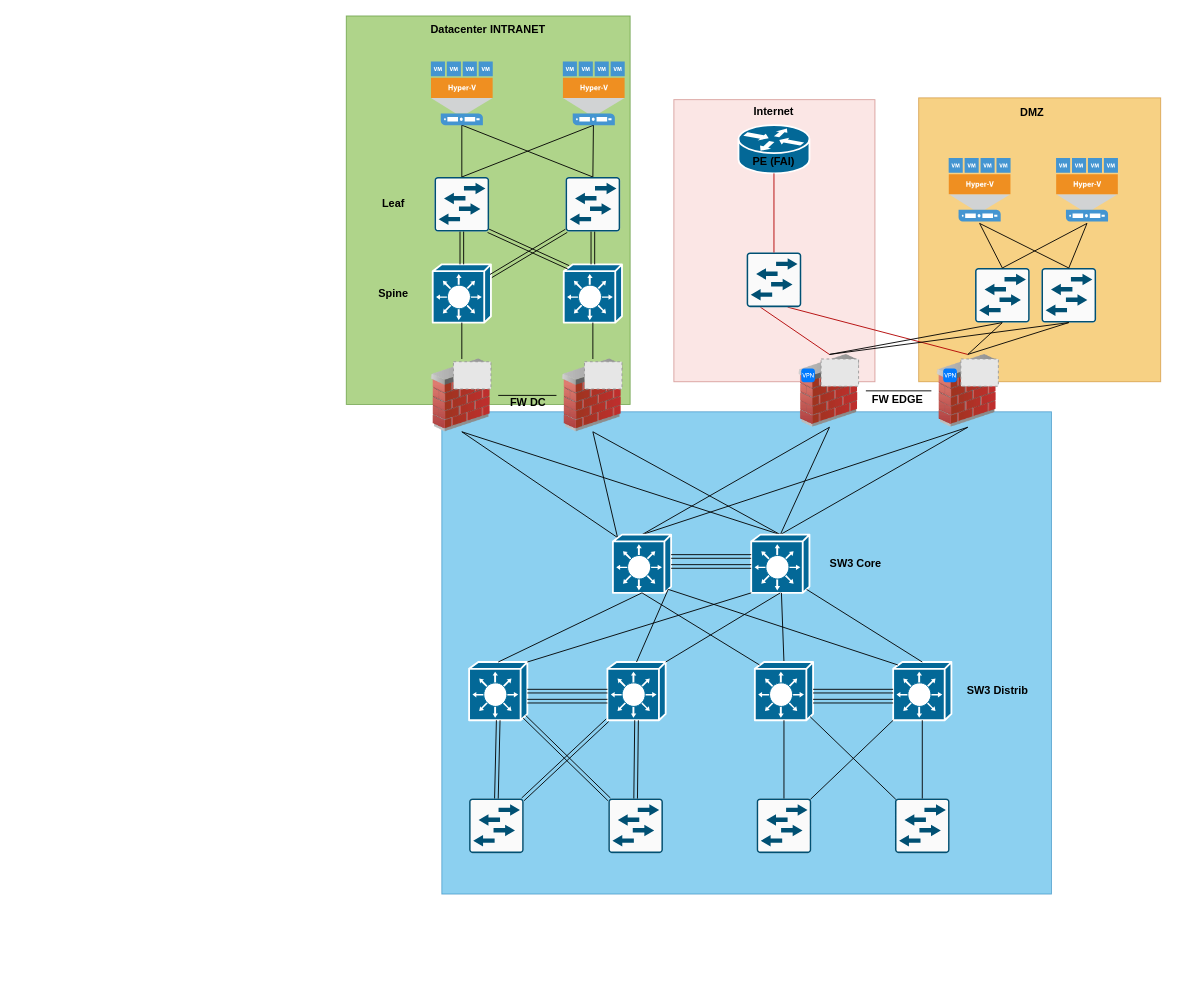
Above: ARCHI.drawio in egoMasa/HomeLab (draw.io), before the change. Source tidied: cells renumbered, new cells numbered last; positions are measured from the earlier drawing's top-left corner, leaving out a move shared by most shapes. Both pictures are drawn from the tidied source at 91%, with x=0, y=0 at pixel (346, 15). Pictures stored in the file or linked from it are replaced by grey dashed boxes.
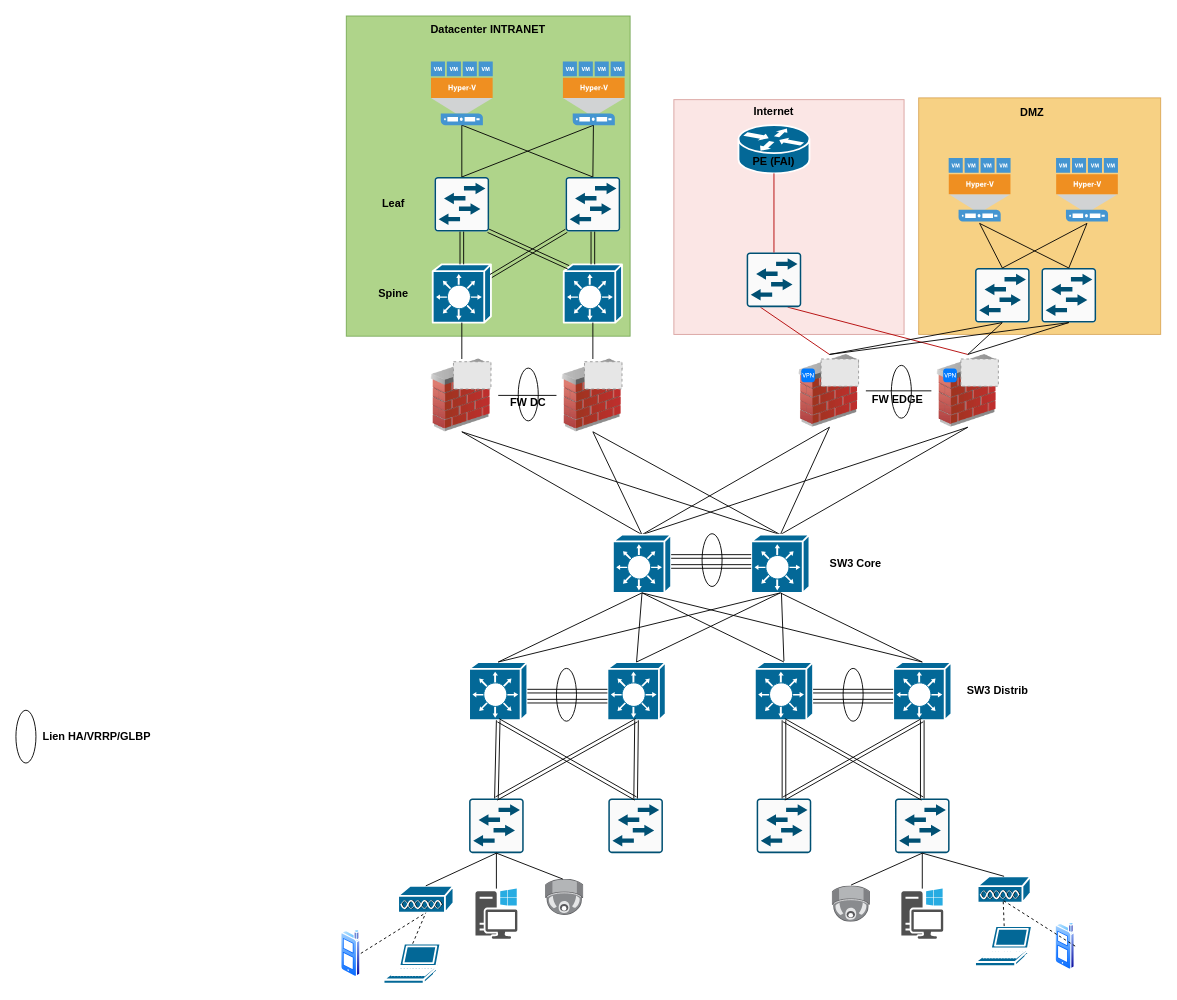
After the change.

Commit message (it also covers changes not shown here):
Mettre à jour ARCHI.drawio

The change refers to these unchanged cells:
```xml
<mxCell id="12" style="shape=mxgraph.cisco.switches.layer_3_switch;sketch=0;html=1;dashed=0;fillColor=#036897;strokeColor=#ffffff;strokeWidth=2;verticalLabelPosition=bottom;verticalAlign=top;align=center;outlineConnect=0;" parent="1" vertex="1">
  <mxGeometry x="293" y="570" width="64" height="64" as="geometry" />
</mxCell>
<mxCell id="17" style="shape=mxgraph.cisco.switches.layer_3_switch;sketch=0;html=1;dashed=0;fillColor=#036897;strokeColor=#ffffff;strokeWidth=2;verticalLabelPosition=bottom;verticalAlign=top;align=center;outlineConnect=0;" parent="1" vertex="1">
  <mxGeometry x="445" y="570" width="64" height="64" as="geometry" />
</mxCell>
<mxCell id="18" style="sketch=0;points=[[0.015,0.015,0],[0.985,0.015,0],[0.985,0.985,0],[0.015,0.985,0],[0.25,0,0],[0.5,0,0],[0.75,0,0],[1,0.25,0],[1,0.5,0],[1,0.75,0],[0.75,1,0],[0.5,1,0],[0.25,1,0],[0,0.75,0],[0,0.5,0],[0,0.25,0]];verticalLabelPosition=bottom;html=1;verticalAlign=top;align=center;shape=mxgraph.cisco19.rect;prIcon=l2_switch;fillColor=#FAFAFA;strokeColor=#005073;" parent="1" vertex="1">
  <mxGeometry x="135" y="860" width="60" height="60" as="geometry" />
</mxCell>
<mxCell id="19" style="sketch=0;points=[[0.015,0.015,0],[0.985,0.015,0],[0.985,0.985,0],[0.015,0.985,0],[0.25,0,0],[0.5,0,0],[0.75,0,0],[1,0.25,0],[1,0.5,0],[1,0.75,0],[0.75,1,0],[0.5,1,0],[0.25,1,0],[0,0.75,0],[0,0.5,0],[0,0.25,0]];verticalLabelPosition=bottom;html=1;verticalAlign=top;align=center;shape=mxgraph.cisco19.rect;prIcon=l2_switch;fillColor=#FAFAFA;strokeColor=#005073;" parent="1" vertex="1">
  <mxGeometry x="288" y="860" width="60" height="60" as="geometry" />
</mxCell>
<mxCell id="25" style="shape=mxgraph.cisco.switches.layer_3_switch;sketch=0;html=1;dashed=0;fillColor=#036897;strokeColor=#ffffff;strokeWidth=2;verticalLabelPosition=bottom;verticalAlign=top;align=center;outlineConnect=0;" parent="1" vertex="1">
  <mxGeometry x="135" y="710" width="64" height="64" as="geometry" />
</mxCell>
<mxCell id="26" style="shape=mxgraph.cisco.switches.layer_3_switch;sketch=0;html=1;dashed=0;fillColor=#036897;strokeColor=#ffffff;strokeWidth=2;verticalLabelPosition=bottom;verticalAlign=top;align=center;outlineConnect=0;" parent="1" vertex="1">
  <mxGeometry x="287" y="710" width="64" height="64" as="geometry" />
</mxCell>
<mxCell id="58" style="image;html=1;image=img/lib/clip_art/networking/Firewall_02_128x128.png;" parent="1" vertex="1">
  <mxGeometry x="87" y="377" width="80" height="80" as="geometry" />
</mxCell>
<mxCell id="60" style="image;html=1;image=img/lib/clip_art/networking/Firewall_02_128x128.png;" parent="1" vertex="1">
  <mxGeometry x="231" y="377" width="80" height="80" as="geometry" />
</mxCell>
<mxCell id="66" style="shape=mxgraph.cisco.switches.layer_3_switch;sketch=0;html=1;dashed=0;fillColor=#036897;strokeColor=#ffffff;strokeWidth=2;verticalLabelPosition=bottom;verticalAlign=top;align=center;outlineConnect=0;" parent="1" vertex="1">
  <mxGeometry x="449" y="710" width="64" height="64" as="geometry" />
</mxCell>
<mxCell id="67" style="shape=mxgraph.cisco.switches.layer_3_switch;sketch=0;html=1;dashed=0;fillColor=#036897;strokeColor=#ffffff;strokeWidth=2;verticalLabelPosition=bottom;verticalAlign=top;align=center;outlineConnect=0;" parent="1" vertex="1">
  <mxGeometry x="601" y="710" width="64" height="64" as="geometry" />
</mxCell>
<mxCell id="74" style="sketch=0;points=[[0.015,0.015,0],[0.985,0.015,0],[0.985,0.985,0],[0.015,0.985,0],[0.25,0,0],[0.5,0,0],[0.75,0,0],[1,0.25,0],[1,0.5,0],[1,0.75,0],[0.75,1,0],[0.5,1,0],[0.25,1,0],[0,0.75,0],[0,0.5,0],[0,0.25,0]];verticalLabelPosition=bottom;html=1;verticalAlign=top;align=center;shape=mxgraph.cisco19.rect;prIcon=l2_switch;fillColor=#FAFAFA;strokeColor=#005073;" parent="1" vertex="1">
  <mxGeometry x="451" y="860" width="60" height="60" as="geometry" />
</mxCell>
<mxCell id="75" style="sketch=0;points=[[0.015,0.015,0],[0.985,0.015,0],[0.985,0.985,0],[0.015,0.985,0],[0.25,0,0],[0.5,0,0],[0.75,0,0],[1,0.25,0],[1,0.5,0],[1,0.75,0],[0.75,1,0],[0.5,1,0],[0.25,1,0],[0,0.75,0],[0,0.5,0],[0,0.25,0]];verticalLabelPosition=bottom;html=1;verticalAlign=top;align=center;shape=mxgraph.cisco19.rect;prIcon=l2_switch;fillColor=#FAFAFA;strokeColor=#005073;" parent="1" vertex="1">
  <mxGeometry x="603" y="860" width="60" height="60" as="geometry" />
</mxCell>
```

Change to the diagram source:
```diff
@@
+    <mxCell id="101" style="ellipse;whiteSpace=wrap;html=1;rotation=-90;fillColor=none;" parent="1" vertex="1">
+      <mxGeometry x="213" y="735" width="58" height="22" as="geometry" />
+    </mxCell>
     <mxCell id="2" style="whiteSpace=wrap;html=1;fillColor=#f0a30a;strokeColor=#BD7000;opacity=50;fontColor=#000000;" parent="1" vertex="1">
-      <mxGeometry x="629" y="90" width="266" height="312" as="geometry" />
+      <mxGeometry x="629" y="90" width="266" height="260" as="geometry" />
     </mxCell>
-    <mxCell id="3" style="whiteSpace=wrap;html=1;fillColor=#1ba1e2;strokeColor=#006EAF;opacity=50;fontColor=#ffffff;" parent="1" vertex="1">
-      <mxGeometry x="105" y="435" width="670" height="530" as="geometry" />
-    </mxCell>
     <mxCell id="4" style="whiteSpace=wrap;html=1;fillColor=#60a917;strokeColor=#2D7600;opacity=50;fontColor=#ffffff;" parent="1" vertex="1">
-      <mxGeometry width="312" height="427" as="geometry" />
+      <mxGeometry width="312" height="352" as="geometry" />
     </mxCell>
     <mxCell id="5" style="whiteSpace=wrap;html=1;fillColor=#f8cecc;strokeColor=#b85450;opacity=50;" parent="1" vertex="1">
-      <mxGeometry x="360" y="92" width="221" height="310" as="geometry" />
+      <mxGeometry x="360" y="92" width="253" height="258" as="geometry" />
     </mxCell>
@@
-    <mxCell id="8" style="rounded=0;jettySize=auto;html=1;exitX=0.08;exitY=0.05;exitDx=0;exitDy=0;exitPerimeter=0;entryX=0.5;entryY=1;entryDx=0;entryDy=0;endArrow=none;endFill=0;" parent="1" edge="1" source="12" target="58">
+    <mxCell id="8" style="rounded=0;jettySize=auto;html=1;exitX=0.5;exitY=0;exitDx=0;exitDy=0;exitPerimeter=0;entryX=0.5;entryY=1;entryDx=0;entryDy=0;endArrow=none;endFill=0;" parent="1" edge="1" source="12" target="58">
       <mxGeometry relative="1" as="geometry" />
     </mxCell>
-    <mxCell id="9" style="rounded=0;jettySize=auto;html=1;exitX=0.08;exitY=0.05;exitDx=0;exitDy=0;exitPerimeter=0;entryX=0.5;entryY=1;entryDx=0;entryDy=0;endArrow=none;endFill=0;" parent="1" edge="1" source="12" target="60">
+    <mxCell id="9" style="rounded=0;jettySize=auto;html=1;exitX=0.5;exitY=0;exitDx=0;exitDy=0;exitPerimeter=0;entryX=0.5;entryY=1;entryDx=0;entryDy=0;endArrow=none;endFill=0;" parent="1" edge="1" source="12" target="60">
       <mxGeometry relative="1" as="geometry" />
     </mxCell>
@@
-    <mxCell id="33" style="rounded=0;jettySize=auto;html=1;exitX=1;exitY=0;exitDx=0;exitDy=0;exitPerimeter=0;entryX=0;entryY=1;entryDx=0;entryDy=0;entryPerimeter=0;endArrow=none;endFill=0;" parent="1" edge="1" source="25" target="17">
+    <mxCell id="33" style="rounded=0;jettySize=auto;html=1;exitX=0.5;exitY=0;exitDx=0;exitDy=0;exitPerimeter=0;entryX=0.5;entryY=1;entryDx=0;entryDy=0;entryPerimeter=0;endArrow=none;endFill=0;" parent="1" edge="1" source="25" target="17">
       <mxGeometry relative="1" as="geometry" />
     </mxCell>
-    <mxCell id="34" style="rounded=0;jettySize=auto;html=1;exitX=0.5;exitY=0;exitDx=0;exitDy=0;exitPerimeter=0;entryX=0.95;entryY=0.94;entryDx=0;entryDy=0;entryPerimeter=0;endArrow=none;endFill=0;" parent="1" edge="1" source="26" target="12">
+    <mxCell id="34" style="rounded=0;jettySize=auto;html=1;exitX=0.5;exitY=0;exitDx=0;exitDy=0;exitPerimeter=0;entryX=0.5;entryY=1;entryDx=0;entryDy=0;entryPerimeter=0;endArrow=none;endFill=0;" parent="1" edge="1" source="26" target="12">
       <mxGeometry relative="1" as="geometry" />
     </mxCell>
-    <mxCell id="35" style="rounded=0;jettySize=auto;html=1;exitX=1;exitY=0;exitDx=0;exitDy=0;exitPerimeter=0;entryX=0.5;entryY=1;entryDx=0;entryDy=0;entryPerimeter=0;endArrow=none;endFill=0;" parent="1" edge="1" source="26" target="17">
+    <mxCell id="35" style="rounded=0;jettySize=auto;html=1;exitX=0.5;exitY=0;exitDx=0;exitDy=0;exitPerimeter=0;entryX=0.5;entryY=1;entryDx=0;entryDy=0;entryPerimeter=0;endArrow=none;endFill=0;" parent="1" edge="1" source="26" target="17">
       <mxGeometry relative="1" as="geometry" />
     </mxCell>
@@
-    <mxCell id="38" style="rounded=0;jettySize=auto;html=1;exitX=0.015;exitY=0.015;exitDx=0;exitDy=0;exitPerimeter=0;entryX=0.95;entryY=0.94;entryDx=0;entryDy=0;entryPerimeter=0;shape=link;" parent="1" edge="1" source="19" target="25">
+    <mxCell id="38" style="rounded=0;jettySize=auto;html=1;exitX=0.5;exitY=0;exitDx=0;exitDy=0;exitPerimeter=0;entryX=0.5;entryY=1;entryDx=0;entryDy=0;entryPerimeter=0;shape=link;" parent="1" edge="1" source="19" target="25">
       <mxGeometry relative="1" as="geometry" />
     </mxCell>
-    <mxCell id="39" style="rounded=0;jettySize=auto;html=1;exitX=0.985;exitY=0.015;exitDx=0;exitDy=0;exitPerimeter=0;entryX=0;entryY=1;entryDx=0;entryDy=0;entryPerimeter=0;shape=link;" parent="1" edge="1" source="18" target="26">
+    <mxCell id="39" style="rounded=0;jettySize=auto;html=1;exitX=0.5;exitY=0;exitDx=0;exitDy=0;exitPerimeter=0;entryX=0.5;entryY=1;entryDx=0;entryDy=0;entryPerimeter=0;shape=link;" parent="1" edge="1" source="18" target="26">
       <mxGeometry relative="1" as="geometry" />
     </mxCell>
@@
-    <mxCell id="71" style="rounded=0;jettySize=auto;html=1;exitX=0.08;exitY=0.05;exitDx=0;exitDy=0;exitPerimeter=0;entryX=0.5;entryY=1;entryDx=0;entryDy=0;entryPerimeter=0;endArrow=none;endFill=0;" parent="1" edge="1" source="66" target="12">
+    <mxCell id="71" style="rounded=0;jettySize=auto;html=1;exitX=0.5;exitY=0;exitDx=0;exitDy=0;exitPerimeter=0;entryX=0.5;entryY=1;entryDx=0;entryDy=0;entryPerimeter=0;endArrow=none;endFill=0;" parent="1" edge="1" source="66" target="12">
       <mxGeometry relative="1" as="geometry" />
     </mxCell>
-    <mxCell id="72" style="rounded=0;jettySize=auto;html=1;exitX=0.08;exitY=0.05;exitDx=0;exitDy=0;exitPerimeter=0;entryX=0.95;entryY=0.94;entryDx=0;entryDy=0;entryPerimeter=0;endArrow=none;endFill=0;" parent="1" edge="1" source="67" target="12">
+    <mxCell id="72" style="rounded=0;jettySize=auto;html=1;exitX=0.5;exitY=0;exitDx=0;exitDy=0;exitPerimeter=0;entryX=0.5;entryY=1;entryDx=0;entryDy=0;entryPerimeter=0;endArrow=none;endFill=0;" parent="1" edge="1" source="67" target="12">
       <mxGeometry relative="1" as="geometry" />
     </mxCell>
-    <mxCell id="73" style="rounded=0;jettySize=auto;html=1;exitX=0.5;exitY=0;exitDx=0;exitDy=0;exitPerimeter=0;entryX=0.95;entryY=0.94;entryDx=0;entryDy=0;entryPerimeter=0;endArrow=none;endFill=0;" parent="1" edge="1" source="67" target="17">
+    <mxCell id="73" style="rounded=0;jettySize=auto;html=1;exitX=0.5;exitY=0;exitDx=0;exitDy=0;exitPerimeter=0;entryX=0.5;entryY=1;entryDx=0;entryDy=0;entryPerimeter=0;endArrow=none;endFill=0;" parent="1" edge="1" source="67" target="17">
       <mxGeometry relative="1" as="geometry" />
     </mxCell>
@@
-    <mxCell id="76" style="edgeStyle=orthogonalEdgeStyle;rounded=0;jettySize=auto;html=1;exitX=0.5;exitY=1;exitDx=0;exitDy=0;exitPerimeter=0;entryX=0.5;entryY=0;entryDx=0;entryDy=0;entryPerimeter=0;endArrow=none;endFill=0;" parent="1" edge="1" source="66" target="74">
+    <mxCell id="76" style="edgeStyle=orthogonalEdgeStyle;rounded=0;jettySize=auto;html=1;exitX=0.5;exitY=1;exitDx=0;exitDy=0;exitPerimeter=0;entryX=0.5;entryY=0;entryDx=0;entryDy=0;entryPerimeter=0;endArrow=none;endFill=0;shape=link;" parent="1" edge="1" source="66" target="74">
       <mxGeometry relative="1" as="geometry" />
     </mxCell>
-    <mxCell id="77" style="edgeStyle=orthogonalEdgeStyle;rounded=0;jettySize=auto;html=1;exitX=0.5;exitY=1;exitDx=0;exitDy=0;exitPerimeter=0;entryX=0.5;entryY=0;entryDx=0;entryDy=0;entryPerimeter=0;endArrow=none;endFill=0;" parent="1" edge="1" source="67" target="75">
+    <mxCell id="77" style="edgeStyle=orthogonalEdgeStyle;rounded=0;jettySize=auto;html=1;exitX=0.5;exitY=1;exitDx=0;exitDy=0;exitPerimeter=0;entryX=0.5;entryY=0;entryDx=0;entryDy=0;entryPerimeter=0;endArrow=none;endFill=0;shape=link;" parent="1" edge="1" source="67" target="75">
       <mxGeometry relative="1" as="geometry" />
     </mxCell>
-    <mxCell id="78" style="rounded=0;jettySize=auto;html=1;exitX=0.985;exitY=0.015;exitDx=0;exitDy=0;exitPerimeter=0;entryX=0;entryY=1;entryDx=0;entryDy=0;entryPerimeter=0;endArrow=none;endFill=0;" parent="1" edge="1" source="74" target="67">
+    <mxCell id="78" style="rounded=0;jettySize=auto;html=1;exitX=0.5;exitY=0;exitDx=0;exitDy=0;exitPerimeter=0;entryX=0.5;entryY=1;entryDx=0;entryDy=0;entryPerimeter=0;endArrow=none;endFill=0;shape=link;" parent="1" edge="1" source="74" target="67">
       <mxGeometry relative="1" as="geometry" />
     </mxCell>
-    <mxCell id="79" style="rounded=0;jettySize=auto;html=1;exitX=0.015;exitY=0.015;exitDx=0;exitDy=0;exitPerimeter=0;entryX=0.95;entryY=0.94;entryDx=0;entryDy=0;entryPerimeter=0;endArrow=none;endFill=0;" parent="1" edge="1" source="75" target="66">
+    <mxCell id="79" style="rounded=0;jettySize=auto;html=1;exitX=0.5;exitY=0;exitDx=0;exitDy=0;exitPerimeter=0;entryX=0.5;entryY=1;entryDx=0;entryDy=0;entryPerimeter=0;endArrow=none;endFill=0;shape=link;" parent="1" edge="1" source="75" target="66">
       <mxGeometry relative="1" as="geometry" />
     </mxCell>
@@
+    <mxCell id="102" style="sketch=0;shadow=0;dashed=0;html=1;strokeColor=none;fillColor=#505050;labelPosition=center;verticalLabelPosition=bottom;verticalAlign=top;outlineConnect=0;align=center;shape=mxgraph.office.devices.workstation_pc;" parent="1" vertex="1">
+      <mxGeometry x="142" y="959" width="46" height="55" as="geometry" />
+    </mxCell>
+    <mxCell id="103" style="image;points=[];html=1;align=center;shadow=0;dashed=0;image=img/lib/allied_telesis/security/Surveillance_Camera_Ceiling.svg;" parent="1" vertex="1">
+      <mxGeometry x="219" y="948.5" width="42" height="40" as="geometry" />
+    </mxCell>
+    <mxCell id="104" style="sketch=0;html=1;dashed=0;fillColor=#036897;strokeColor=#ffffff;strokeWidth=2;verticalLabelPosition=bottom;verticalAlign=top;align=center;outlineConnect=0;shape=mxgraph.cisco.misc.access_point;" parent="1" vertex="1">
+      <mxGeometry x="57" y="956" width="60.8" height="30" as="geometry" />
+    </mxCell>
+    <mxCell id="105" style="sketch=0;html=1;dashed=0;fillColor=#036897;strokeColor=#ffffff;strokeWidth=2;verticalLabelPosition=bottom;verticalAlign=top;align=center;outlineConnect=0;shape=mxgraph.cisco.computers_and_peripherals.laptop;" parent="1" vertex="1">
+      <mxGeometry x="41" y="1019.5" width="64" height="44" as="geometry" />
+    </mxCell>
+    <mxCell id="106" style="image;perimeter=ellipsePerimeter;html=1;align=center;shadow=0;dashed=0;spacingTop=3;image=img/lib/active_directory/cell_phone.svg;" parent="1" vertex="1">
+      <mxGeometry x="-6" y="1004" width="22" height="52.4" as="geometry" />
+    </mxCell>
+    <mxCell id="107" style="rounded=0;jettySize=auto;html=1;exitX=0.5;exitY=0;exitDx=0;exitDy=0;exitPerimeter=0;entryX=0.5;entryY=0.985;entryDx=0;entryDy=0;entryPerimeter=0;endArrow=none;endFill=0;dashed=1;" parent="1" edge="1" source="105" target="104">
+      <mxGeometry relative="1" as="geometry" />
+    </mxCell>
+    <mxCell id="108" style="rounded=0;jettySize=auto;html=1;exitX=1;exitY=0.5;exitDx=0;exitDy=0;entryX=0.5;entryY=0.985;entryDx=0;entryDy=0;entryPerimeter=0;dashed=1;endArrow=none;endFill=0;" parent="1" edge="1" source="106" target="104">
+      <mxGeometry relative="1" as="geometry" />
+    </mxCell>
+    <mxCell id="109" style="rounded=0;jettySize=auto;html=1;exitX=0.5;exitY=0;exitDx=0;exitDy=0;exitPerimeter=0;entryX=0.5;entryY=1;entryDx=0;entryDy=0;entryPerimeter=0;endArrow=none;endFill=0;" parent="1" edge="1" source="104" target="18">
+      <mxGeometry relative="1" as="geometry" />
+    </mxCell>
+    <mxCell id="110" style="rounded=0;jettySize=auto;html=1;exitX=0.5;exitY=1;exitDx=0;exitDy=0;exitPerimeter=0;endArrow=none;endFill=0;" parent="1" edge="1" source="18" target="102">
+      <mxGeometry relative="1" as="geometry" />
+    </mxCell>
+    <mxCell id="111" style="rounded=0;jettySize=auto;html=1;exitX=0.5;exitY=1;exitDx=0;exitDy=0;exitPerimeter=0;entryX=0.452;entryY=0;entryDx=0;entryDy=0;entryPerimeter=0;endArrow=none;endFill=0;" parent="1" edge="1" source="18" target="103">
+      <mxGeometry relative="1" as="geometry" />
+    </mxCell>
+    <mxCell id="112" style="ellipse;whiteSpace=wrap;html=1;rotation=-90;fillColor=none;" parent="1" vertex="1">
+      <mxGeometry x="528" y="735" width="58" height="22" as="geometry" />
+    </mxCell>
+    <mxCell id="113" style="ellipse;whiteSpace=wrap;html=1;rotation=-90;fillColor=none;" parent="1" vertex="1">
+      <mxGeometry x="373" y="587" width="58" height="22" as="geometry" />
+    </mxCell>
+    <mxCell id="114" style="ellipse;whiteSpace=wrap;html=1;rotation=-90;fillColor=none;" parent="1" vertex="1">
+      <mxGeometry x="581" y="402" width="58" height="22" as="geometry" />
+    </mxCell>
+    <mxCell id="115" style="ellipse;whiteSpace=wrap;html=1;rotation=-90;fillColor=none;" parent="1" vertex="1">
+      <mxGeometry x="171" y="405" width="58" height="22" as="geometry" />
+    </mxCell>
+    <mxCell id="116" style="ellipse;whiteSpace=wrap;html=1;rotation=-90;fillColor=none;" parent="1" vertex="1">
+      <mxGeometry x="-381" y="781" width="58" height="22" as="geometry" />
+    </mxCell>
+    <mxCell id="117" value="Lien HA/VRRP/GLBP" style="text;strokeColor=none;align=center;fillColor=none;html=1;verticalAlign=middle;whiteSpace=wrap;rounded=0;fontStyle=1;" parent="1" vertex="1">
+      <mxGeometry x="-338" y="777" width="128" height="30" as="geometry" />
+    </mxCell>
+    <mxCell id="118" style="sketch=0;shadow=0;dashed=0;html=1;strokeColor=none;fillColor=#505050;labelPosition=center;verticalLabelPosition=bottom;verticalAlign=top;outlineConnect=0;align=center;shape=mxgraph.office.devices.workstation_pc;" parent="1" vertex="1">
+      <mxGeometry x="610" y="959" width="46" height="55" as="geometry" />
+    </mxCell>
+    <mxCell id="119" style="image;points=[];html=1;align=center;shadow=0;dashed=0;image=img/lib/allied_telesis/security/Surveillance_Camera_Ceiling.svg;" parent="1" vertex="1">
+      <mxGeometry x="534" y="956" width="42" height="40" as="geometry" />
+    </mxCell>
+    <mxCell id="120" style="sketch=0;html=1;dashed=0;fillColor=#036897;strokeColor=#ffffff;strokeWidth=2;verticalLabelPosition=bottom;verticalAlign=top;align=center;outlineConnect=0;shape=mxgraph.cisco.misc.access_point;" parent="1" vertex="1">
+      <mxGeometry x="693.8" y="945.5" width="58.2" height="29.5" as="geometry" />
+    </mxCell>
+    <mxCell id="121" style="sketch=0;html=1;dashed=0;fillColor=#036897;strokeColor=#ffffff;strokeWidth=2;verticalLabelPosition=bottom;verticalAlign=top;align=center;outlineConnect=0;shape=mxgraph.cisco.computers_and_peripherals.laptop;" parent="1" vertex="1">
+      <mxGeometry x="691" y="1000.2" width="64" height="44" as="geometry" />
+    </mxCell>
+    <mxCell id="122" style="image;perimeter=ellipsePerimeter;html=1;align=center;shadow=0;dashed=0;spacingTop=3;image=img/lib/active_directory/cell_phone.svg;" parent="1" vertex="1">
+      <mxGeometry x="779" y="996" width="22" height="52.4" as="geometry" />
+    </mxCell>
+    <mxCell id="123" style="rounded=0;jettySize=auto;html=1;exitX=0.5;exitY=0;exitDx=0;exitDy=0;exitPerimeter=0;entryX=0.5;entryY=0.985;entryDx=0;entryDy=0;entryPerimeter=0;endArrow=none;endFill=0;dashed=1;" parent="1" edge="1" source="121">
+      <mxGeometry relative="1" as="geometry">
+        <mxPoint x="721.9" y="972" as="targetPoint" />
+      </mxGeometry>
+    </mxCell>
+    <mxCell id="124" style="rounded=0;jettySize=auto;html=1;exitX=1;exitY=0.5;exitDx=0;exitDy=0;entryX=0.5;entryY=0.985;entryDx=0;entryDy=0;entryPerimeter=0;dashed=1;endArrow=none;endFill=0;" parent="1" edge="1" source="122">
+      <mxGeometry relative="1" as="geometry">
+        <mxPoint x="721.9" y="972" as="targetPoint" />
+      </mxGeometry>
+    </mxCell>
+    <mxCell id="125" style="rounded=0;jettySize=auto;html=1;exitX=0.5;exitY=1;exitDx=0;exitDy=0;exitPerimeter=0;entryX=0.495;entryY=-0.024;entryDx=0;entryDy=0;entryPerimeter=0;endArrow=none;endFill=0;" parent="1" edge="1" source="75" target="119">
+      <mxGeometry relative="1" as="geometry" />
+    </mxCell>
+    <mxCell id="126" style="rounded=0;jettySize=auto;html=1;exitX=0.5;exitY=1;exitDx=0;exitDy=0;exitPerimeter=0;endArrow=none;endFill=0;" parent="1" edge="1" source="75" target="118">
+      <mxGeometry relative="1" as="geometry" />
+    </mxCell>
+    <mxCell id="127" style="rounded=0;jettySize=auto;html=1;exitX=0.5;exitY=0;exitDx=0;exitDy=0;exitPerimeter=0;entryX=0.5;entryY=1;entryDx=0;entryDy=0;entryPerimeter=0;endArrow=none;endFill=0;" parent="1" edge="1" source="120" target="75">
+      <mxGeometry relative="1" as="geometry" />
+    </mxCell>
```
